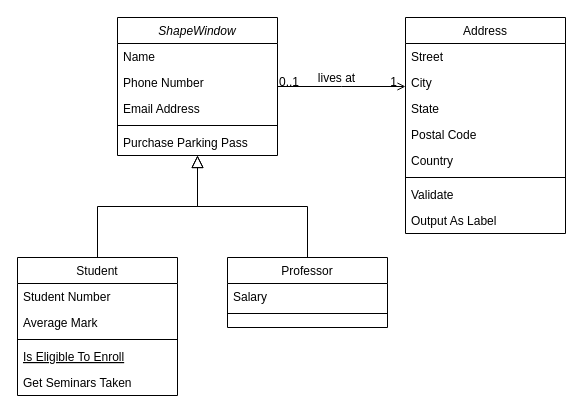
This is Project5_UML.drawio from joshuap00/Prj5_UML, a draw.io file, before an edit. Source tidied: cells renumbered, new cells numbered last; positions are measured from the earlier drawing's top-left corner, leaving out a move shared by most shapes. Both pictures are drawn from the tidied source at 100%, with x=0, y=0 at pixel (17, 17).
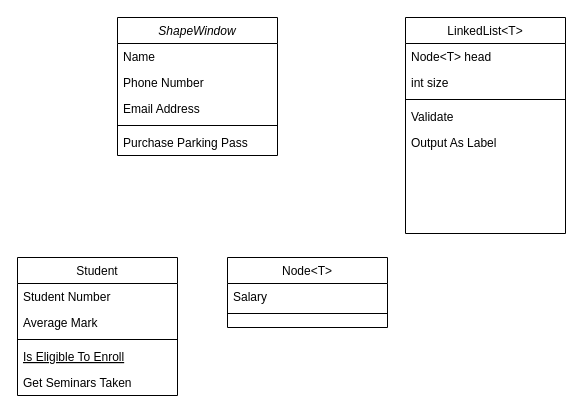
Above is the later version.

Commit message:
Added node and linkedlist

Unchanged cells that the change refers to:
```xml
<mxCell id="2" value="ShapeWindow" style="swimlane;fontStyle=2;align=center;verticalAlign=top;horizontal=1;startSize=26;rounded=0;shadow=0;strokeWidth=1;" parent="1" vertex="1">
  <mxGeometry x="100" width="160" height="138" as="geometry" />
</mxCell>
<mxCell id="8" value="Student" style="swimlane;fontStyle=0;align=center;verticalAlign=top;horizontal=1;startSize=26;rounded=0;shadow=0;strokeWidth=1;" parent="1" vertex="1">
  <mxGeometry y="240" width="160" height="138" as="geometry" />
</mxCell>
```

Change to the diagram source:
```diff
@@
-    <mxCell id="14" style="endArrow=block;endSize=10;endFill=0;shadow=0;strokeWidth=1;rounded=0;curved=0;edgeStyle=elbowEdgeStyle;elbow=vertical;" parent="1" edge="1" source="8" target="2">
-      <mxGeometry relative="1" as="geometry" />
-    </mxCell>
-    <mxCell id="15" value="Professor" style="swimlane;fontStyle=0;align=center;verticalAlign=top;horizontal=1;startSize=26;rounded=0;shadow=0;strokeWidth=1;" parent="1" vertex="1">
+    <mxCell id="15" value="Node&lt;T&gt;" style="swimlane;fontStyle=0;align=center;verticalAlign=top;horizontal=1;startSize=26;rounded=0;shadow=0;strokeWidth=1;" parent="1" vertex="1">
       <mxGeometry x="210" y="240" width="160" height="70" as="geometry" />
     </mxCell>
@@
-    <mxCell id="18" style="endArrow=block;endSize=10;endFill=0;shadow=0;strokeWidth=1;rounded=0;curved=0;edgeStyle=elbowEdgeStyle;elbow=vertical;" parent="1" edge="1" source="15" target="2">
-      <mxGeometry relative="1" as="geometry" />
-    </mxCell>
-    <mxCell id="19" value="Address" style="swimlane;fontStyle=0;align=center;verticalAlign=top;horizontal=1;startSize=26;rounded=0;shadow=0;strokeWidth=1;" parent="1" vertex="1">
+    <mxCell id="19" value="LinkedList&lt;T&gt;" style="swimlane;fontStyle=0;align=center;verticalAlign=top;horizontal=1;startSize=26;rounded=0;shadow=0;strokeWidth=1;" parent="1" vertex="1">
       <mxGeometry x="388" width="160" height="216" as="geometry" />
     </mxCell>
-    <mxCell id="20" value="Street" style="text;align=left;verticalAlign=top;spacingLeft=4;spacingRight=4;overflow=hidden;" parent="19" vertex="1">
+    <mxCell id="20" value="Node&lt;T&gt; head" style="text;align=left;verticalAlign=top;spacingLeft=4;spacingRight=4;overflow=hidden;" parent="19" vertex="1">
       <mxGeometry y="26" width="160" height="26" as="geometry" />
     </mxCell>
-    <mxCell id="21" value="City" style="text;align=left;verticalAlign=top;spacingLeft=4;spacingRight=4;overflow=hidden;rounded=0;shadow=0;html=0;" parent="19" vertex="1">
+    <mxCell id="21" value="int size" style="text;align=left;verticalAlign=top;spacingLeft=4;spacingRight=4;overflow=hidden;rounded=0;shadow=0;html=0;" parent="19" vertex="1">
       <mxGeometry y="52" width="160" height="26" as="geometry" />
     </mxCell>
-    <mxCell id="22" value="State" style="text;align=left;verticalAlign=top;spacingLeft=4;spacingRight=4;overflow=hidden;rounded=0;shadow=0;html=0;" parent="19" vertex="1">
-      <mxGeometry y="78" width="160" height="26" as="geometry" />
-    </mxCell>
-    <mxCell id="23" value="Postal Code" style="text;align=left;verticalAlign=top;spacingLeft=4;spacingRight=4;overflow=hidden;rounded=0;shadow=0;html=0;" parent="19" vertex="1">
-      <mxGeometry y="104" width="160" height="26" as="geometry" />
-    </mxCell>
-    <mxCell id="24" value="Country" style="text;align=left;verticalAlign=top;spacingLeft=4;spacingRight=4;overflow=hidden;rounded=0;shadow=0;html=0;" parent="19" vertex="1">
-      <mxGeometry y="130" width="160" height="26" as="geometry" />
-    </mxCell>
     <mxCell id="25" style="line;html=1;strokeWidth=1;align=left;verticalAlign=middle;spacingTop=-1;spacingLeft=3;spacingRight=3;labelPosition=right;" parent="19" vertex="1">
-      <mxGeometry y="156" width="160" height="8" as="geometry" />
+      <mxGeometry y="78" width="160" height="8" as="geometry" />
     </mxCell>
     <mxCell id="26" value="Validate" style="text;align=left;verticalAlign=top;spacingLeft=4;spacingRight=4;overflow=hidden;" parent="19" vertex="1">
-      <mxGeometry y="164" width="160" height="26" as="geometry" />
+      <mxGeometry y="86" width="160" height="26" as="geometry" />
     </mxCell>
     <mxCell id="27" value="Output As Label" style="text;align=left;verticalAlign=top;spacingLeft=4;spacingRight=4;overflow=hidden;" parent="19" vertex="1">
-      <mxGeometry y="190" width="160" height="26" as="geometry" />
+      <mxGeometry y="112" width="160" height="26" as="geometry" />
     </mxCell>
-    <mxCell id="28" style="endArrow=open;shadow=0;strokeWidth=1;rounded=0;curved=0;endFill=1;edgeStyle=elbowEdgeStyle;elbow=vertical;" parent="1" edge="1" source="2" target="19">
-      <mxGeometry x="0.5" y="41" relative="1" as="geometry">
-        <mxPoint x="-40" y="32" as="offset" />
-      </mxGeometry>
-    </mxCell>
-    <mxCell id="29" value="0..1" style="align=left;verticalAlign=bottom;labelBackgroundColor=none;fontSize=12;" parent="28" vertex="1">
-      <mxGeometry x="-1" relative="1" as="geometry">
-        <mxPoint y="4" as="offset" />
-      </mxGeometry>
-    </mxCell>
-    <mxCell id="30" value="1" style="align=right;verticalAlign=bottom;labelBackgroundColor=none;fontSize=12;" parent="28" vertex="1">
-      <mxGeometry x="1" relative="1" as="geometry">
-        <mxPoint x="-7" y="4" as="offset" />
-      </mxGeometry>
-    </mxCell>
-    <mxCell id="31" value="lives at" style="text;html=1;align=center;verticalAlign=middle;labelBackgroundColor=none;rounded=0;shadow=0;strokeWidth=1;fontSize=12;" parent="28" vertex="1">
-      <mxGeometry x="0.5" y="49" relative="1" as="geometry">
-        <mxPoint x="-38" y="40" as="offset" />
-      </mxGeometry>
-    </mxCell>
```
